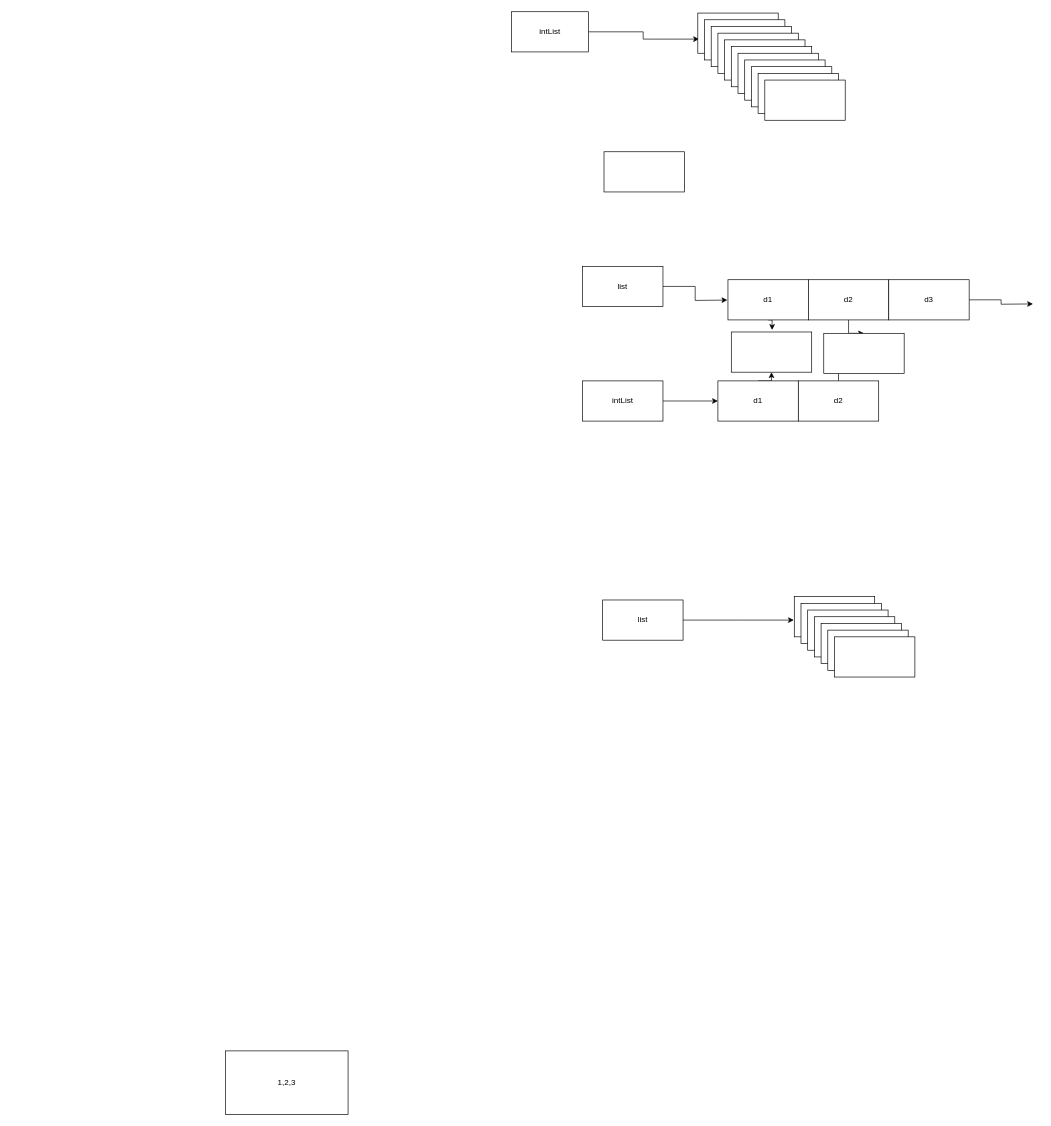
This is doc/temp.dio from RenJiyun/psyduck, a draw.io file, before an edit. Source tidied: cells renumbered, new cells numbered last; positions are measured from the earlier drawing's top-left corner, leaving out a move shared by most shapes. Both pictures are drawn from the tidied source at 67%, with x=0, y=0 at pixel (225, 11).
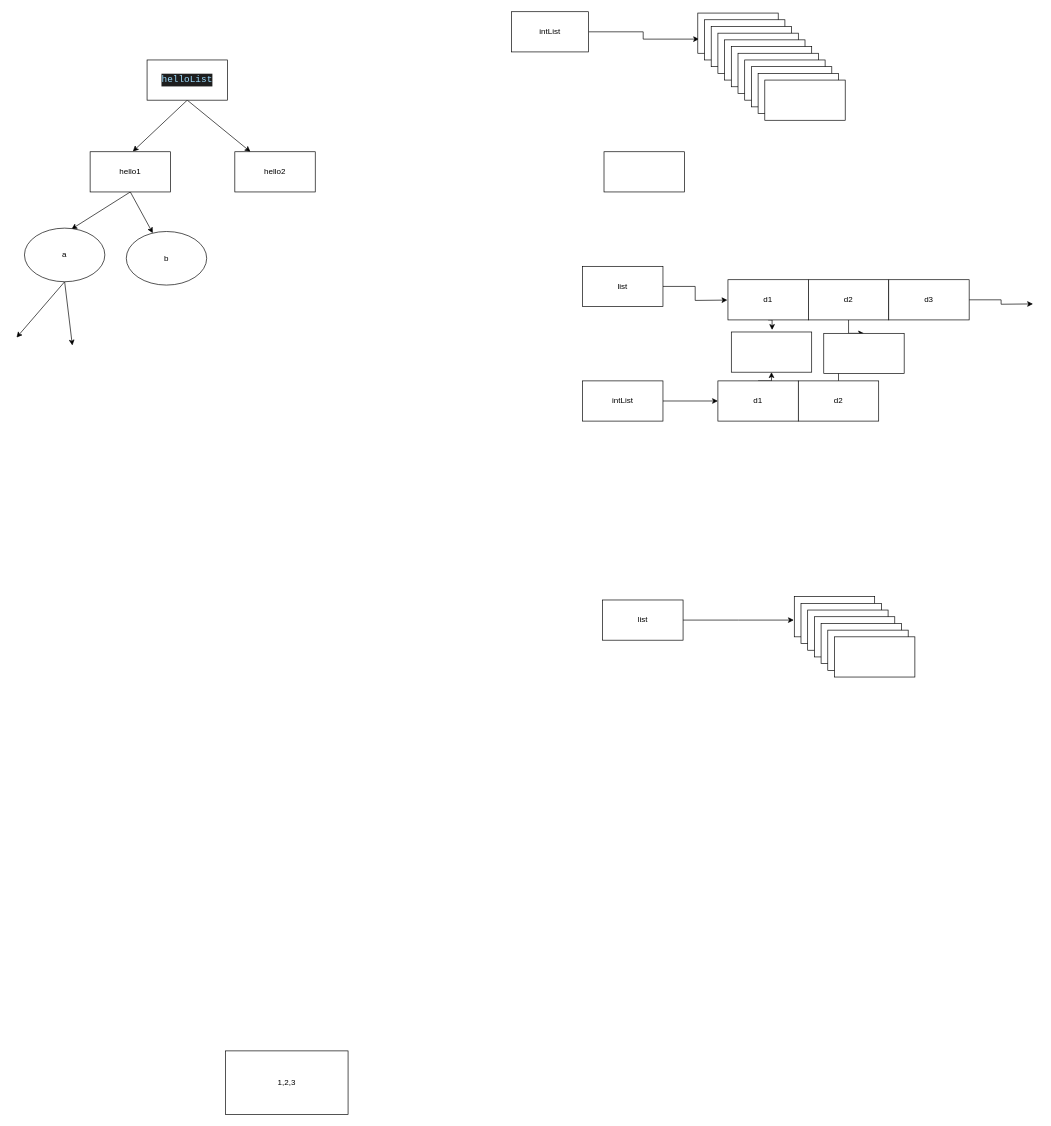
The same page after the edit.

What changed in the source:
```diff
@@
+    <mxCell id="42" style="rounded=0;jettySize=auto;html=1;exitX=0.5;exitY=1;exitDx=0;exitDy=0;" parent="1" edge="1" source="44">
+      <mxGeometry relative="1" as="geometry">
+        <mxPoint x="-138.2" y="208.5" as="targetPoint" />
+      </mxGeometry>
+    </mxCell>
+    <mxCell id="43" style="edgeStyle=none;rounded=0;jettySize=auto;html=1;exitX=0.5;exitY=1;exitDx=0;exitDy=0;" parent="1" edge="1" source="44" target="48">
+      <mxGeometry relative="1" as="geometry" />
+    </mxCell>
+    <mxCell id="44" value="&lt;div style=&quot;color: rgb(212 , 212 , 212) ; background-color: rgb(30 , 30 , 30) ; font-family: &amp;#34;consolas&amp;#34; , &amp;#34;courier new&amp;#34; , monospace ; font-size: 14px ; line-height: 19px&quot;&gt;&lt;span style=&quot;color: #9cdcfe&quot;&gt;helloList&lt;/span&gt;&lt;/div&gt;" style="rounded=0;whiteSpace=wrap;html=1;" parent="1" vertex="1">
+      <mxGeometry x="-117" y="72" width="120" height="60" as="geometry" />
+    </mxCell>
+    <mxCell id="45" style="edgeStyle=none;rounded=0;jettySize=auto;html=1;exitX=0.5;exitY=1;exitDx=0;exitDy=0;entryX=0.585;entryY=0.018;entryDx=0;entryDy=0;entryPerimeter=0;" parent="1" edge="1" source="47" target="51">
+      <mxGeometry relative="1" as="geometry" />
+    </mxCell>
+    <mxCell id="46" style="edgeStyle=none;rounded=0;jettySize=auto;html=1;exitX=0.5;exitY=1;exitDx=0;exitDy=0;" parent="1" edge="1" source="47" target="52">
+      <mxGeometry relative="1" as="geometry" />
+    </mxCell>
+    <mxCell id="47" value="hello1" style="rounded=0;whiteSpace=wrap;html=1;" parent="1" vertex="1">
+      <mxGeometry x="-202" y="209" width="120" height="60" as="geometry" />
+    </mxCell>
+    <mxCell id="48" value="hello2" style="rounded=0;whiteSpace=wrap;html=1;" parent="1" vertex="1">
+      <mxGeometry x="14" y="209" width="120" height="60" as="geometry" />
+    </mxCell>
+    <mxCell id="49" style="edgeStyle=none;rounded=0;jettySize=auto;html=1;exitX=0.5;exitY=1;exitDx=0;exitDy=0;" parent="1" edge="1" source="51">
+      <mxGeometry relative="1" as="geometry">
+        <mxPoint x="-311.8" y="486.3" as="targetPoint" />
+      </mxGeometry>
+    </mxCell>
+    <mxCell id="50" style="edgeStyle=none;rounded=0;jettySize=auto;html=1;exitX=0.5;exitY=1;exitDx=0;exitDy=0;" parent="1" edge="1" source="51">
+      <mxGeometry relative="1" as="geometry">
+        <mxPoint x="-228.5" y="498.1" as="targetPoint" />
+      </mxGeometry>
+    </mxCell>
+    <mxCell id="51" value="a" style="ellipse;whiteSpace=wrap;html=1;" parent="1" vertex="1">
+      <mxGeometry x="-300" y="323" width="120" height="80" as="geometry" />
+    </mxCell>
+    <mxCell id="52" value="b" style="ellipse;whiteSpace=wrap;html=1;" parent="1" vertex="1">
+      <mxGeometry x="-148" y="328" width="120" height="80" as="geometry" />
+    </mxCell>
```
